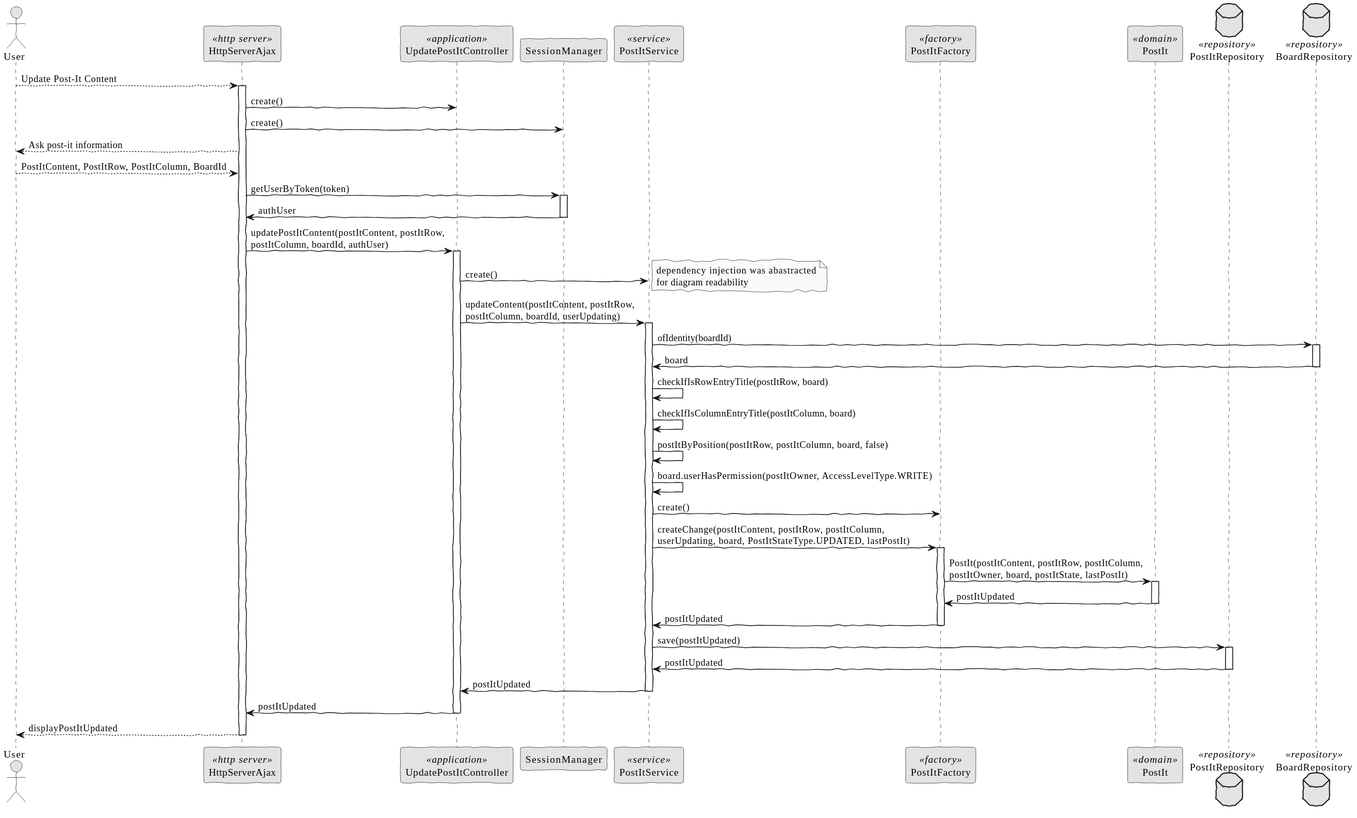
Earlier version of the PlantUML export docs/SPRINT C/US_3007/SD/UpdatePostItContent-SD.svg (brunacosta03/sem4pi_22_23).
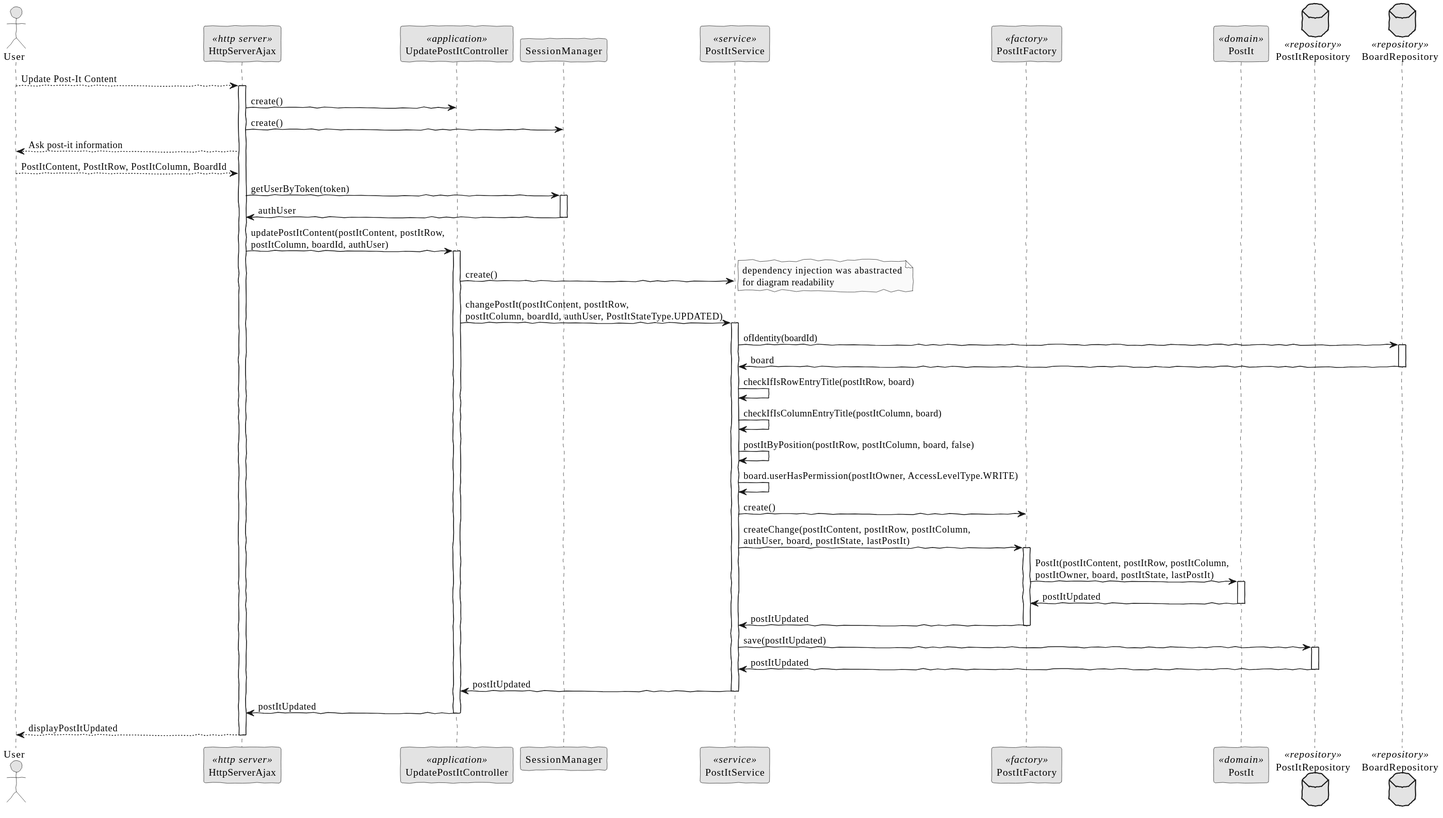
Later version of the same file.

Diff of the diagram source:
```diff
@@ -37,7 +37,7 @@
     Controller -> Service: create()
     note right: dependency injection was abastracted\nfor diagram readability
 
-    Controller -> Service: updateContent(postItContent, postItRow,\npostItColumn, boardId, userUpdating)
+    Controller -> Service: changePostIt(postItContent, postItRow,\npostItColumn, boardId, authUser, PostItStateType.UPDATED)
     activate Service
 
         Service -> RepositoryB: ofIdentity(boardId)
@@ -52,7 +52,7 @@
 
 
         Service -> PFactory: create()
-        Service -> PFactory: createChange(postItContent, postItRow, postItColumn,\nuserUpdating, board, PostItStateType.UPDATED, lastPostIt)
+        Service -> PFactory: createChange(postItContent, postItRow, postItColumn,\nauthUser, board, postItState, lastPostIt)
         activate PFactory
 
         PFactory -> Domain: PostIt(postItContent, postItRow, postItColumn,\npostItOwner, board, postItState, lastPostIt)
```
